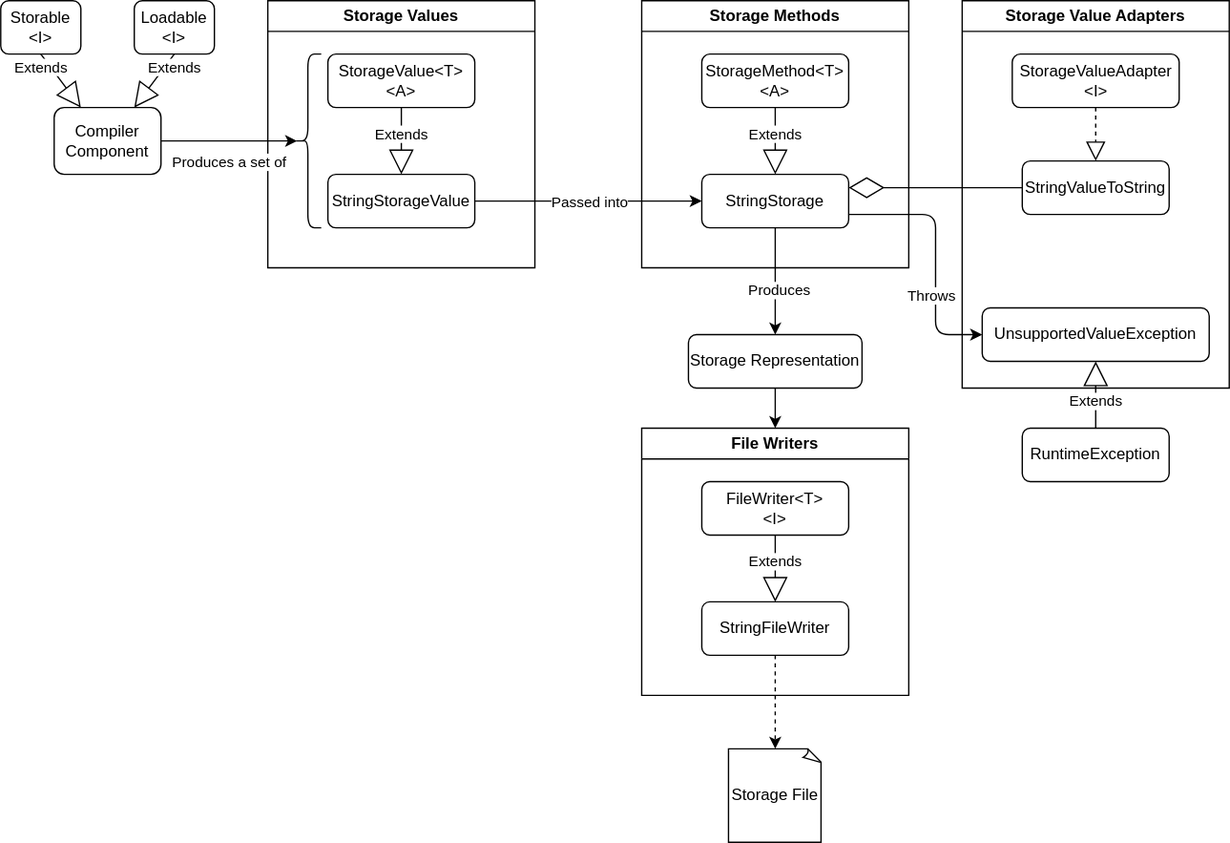
warburec/GenCompilation keeps this draw.io diagram as docs/diagrams/Storage.drawio.svg. Above is the earlier version. Source tidied: cells renumbered, new cells last; positions are measured from the earlier drawing's top-left corner, leaving out a move shared by most shapes.
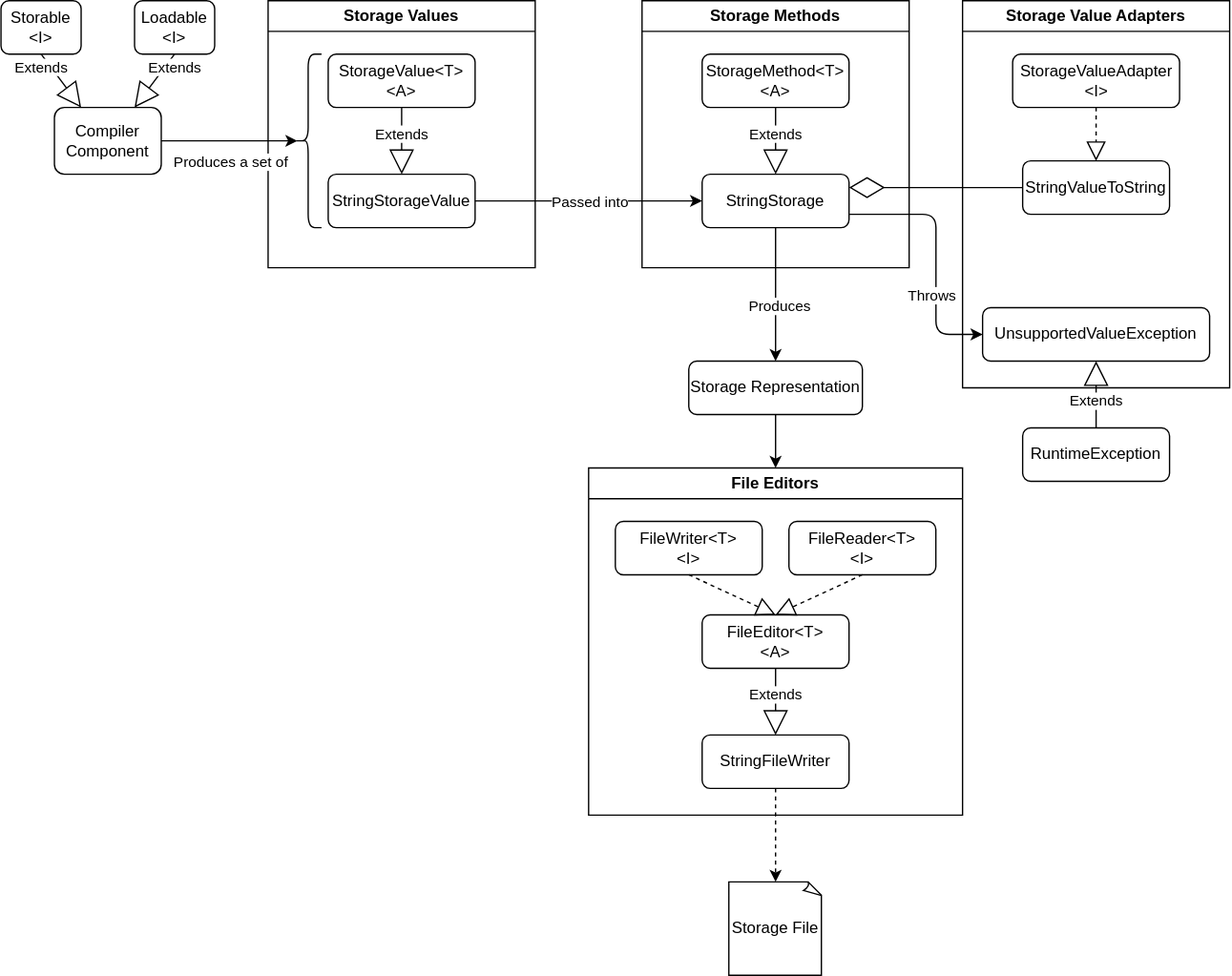
Above is the later version.

Diff of the diagram source:
```diff
@@ -102,7 +102,7 @@
       </mxGeometry>
     </mxCell>
     <mxCell id="30" value="Storage File" style="whiteSpace=wrap;html=1;shape=mxgraph.basic.document;" parent="1" vertex="1">
-      <mxGeometry x="545" y="560" width="70" height="70" as="geometry" />
+      <mxGeometry x="545" y="660" width="70" height="70" as="geometry" />
     </mxCell>
     <mxCell id="31" style="edgeStyle=orthogonalEdgeStyle;html=1;exitX=0.5;exitY=1;exitDx=0;exitDy=0;entryX=0.5;entryY=0;entryDx=0;entryDy=0;" parent="1" edge="1" source="10" target="34">
       <mxGeometry relative="1" as="geometry" />
@@ -114,24 +114,32 @@
       <mxGeometry relative="1" as="geometry" />
     </mxCell>
     <mxCell id="34" value="Storage Representation" style="rounded=1;whiteSpace=wrap;html=1;" parent="1" vertex="1">
-      <mxGeometry x="515" y="250" width="130" height="40" as="geometry" />
+      <mxGeometry x="515" y="270" width="130" height="40" as="geometry" />
     </mxCell>
-    <mxCell id="35" value="File Writers" style="swimlane;whiteSpace=wrap;html=1;" parent="1" vertex="1">
-      <mxGeometry x="480" y="320" width="200" height="200" as="geometry" />
+    <mxCell id="35" value="File Editors" style="swimlane;whiteSpace=wrap;html=1;" parent="1" vertex="1">
+      <mxGeometry x="440" y="350" width="280" height="260" as="geometry" />
     </mxCell>
     <mxCell id="36" value="FileWriter&amp;lt;T&amp;gt;&lt;br&gt;&amp;lt;I&amp;gt;" style="rounded=1;whiteSpace=wrap;html=1;" parent="35" vertex="1">
-      <mxGeometry x="45" y="40" width="110" height="40" as="geometry" />
+      <mxGeometry x="20" y="40" width="110" height="40" as="geometry" />
     </mxCell>
     <mxCell id="37" value="StringFileWriter" style="rounded=1;whiteSpace=wrap;html=1;" parent="35" vertex="1">
-      <mxGeometry x="45" y="130" width="110" height="40" as="geometry" />
+      <mxGeometry x="85" y="200" width="110" height="40" as="geometry" />
     </mxCell>
+    <mxCell id="40" value="FileReader&amp;lt;T&amp;gt;&lt;br&gt;&amp;lt;I&amp;gt;" style="rounded=1;whiteSpace=wrap;html=1;" parent="35" vertex="1">
+      <mxGeometry x="150" y="40" width="110" height="40" as="geometry" />
+    </mxCell>
+    <mxCell id="41" value="FileEditor&amp;lt;T&amp;gt;&lt;br&gt;&amp;lt;A&amp;gt;" style="rounded=1;whiteSpace=wrap;html=1;" parent="35" vertex="1">
+      <mxGeometry x="85" y="110" width="110" height="40" as="geometry" />
+    </mxCell>
-    <mxCell id="38" value="Extends" style="endArrow=block;endSize=16;endFill=0;html=1;exitX=0.5;exitY=1;exitDx=0;exitDy=0;entryX=0.5;entryY=0;entryDx=0;entryDy=0;" parent="35" edge="1" source="36" target="37">
-      <mxGeometry x="-0.2" relative="1" as="geometry">
-        <Array as="points">
-          <mxPoint x="100" y="100" />
-        </Array>
-      </mxGeometry>
+    <mxCell id="38" value="Extends" style="endArrow=block;endSize=16;endFill=0;html=1;exitX=0.5;exitY=1;exitDx=0;exitDy=0;" parent="35" edge="1" source="41" target="37">
+      <mxGeometry x="-0.2" relative="1" as="geometry" />
     </mxCell>
+    <mxCell id="42" style="endArrow=block;dashed=1;endFill=0;endSize=12;html=1;exitX=0.5;exitY=1;exitDx=0;exitDy=0;entryX=0.5;entryY=0;entryDx=0;entryDy=0;" parent="35" edge="1" source="36" target="41">
+      <mxGeometry relative="1" as="geometry" />
+    </mxCell>
+    <mxCell id="43" style="endArrow=block;dashed=1;endFill=0;endSize=12;html=1;exitX=0.5;exitY=1;exitDx=0;exitDy=0;entryX=0.5;entryY=0;entryDx=0;entryDy=0;" parent="35" edge="1" source="40" target="41">
+      <mxGeometry relative="1" as="geometry" />
+    </mxCell>
     <mxCell id="39" style="html=1;labelBackgroundColor=#ffffff;startArrow=none;startFill=0;startSize=6;endArrow=classic;endFill=1;endSize=6;jettySize=auto;strokeWidth=1;dashed=1;fontSize=14;entryX=0.5;entryY=0;entryDx=0;entryDy=0;entryPerimeter=0;exitX=0.5;exitY=1;exitDx=0;exitDy=0;" parent="1" edge="1" source="37" target="30">
       <mxGeometry relative="1" as="geometry" />
     </mxCell>
```
